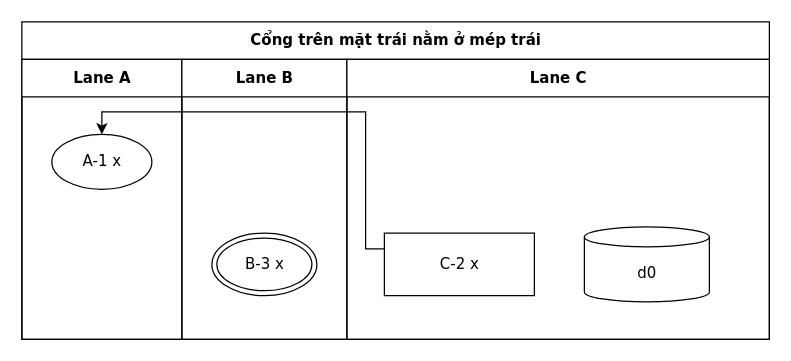
Before: conformance/merge/fuzz-1184/flow.drawio in luytbq/flowcast, a draw.io diagram. Source tidied: cells renumbered, new cells numbered last; positions are measured from the earlier drawing's top-left corner, leaving out a move shared by most shapes. Both pictures are drawn from the tidied source at 125%, with x=0, y=0 at pixel (21, 21).
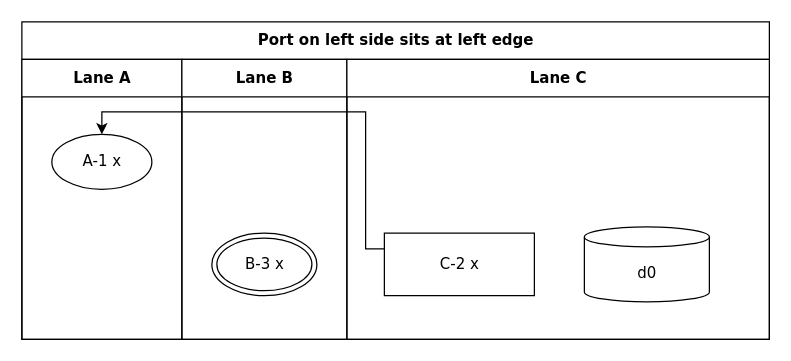
The same page after the edit.

The edit, as a diff of the source:
```diff
@@
 <mxGraphModel>
   <root>
     <mxCell id="0" />
     <mxCell id="1" parent="0" />
-    <mxCell id="2" value="Cổng trên mặt trái nằm ở mép trái" style="swimlane;html=1;startSize=30;fontStyle=1;fontFamily=Verdana;fontSize=12;flowtable=1;" parent="1" vertex="1">
+    <mxCell id="2" value="Port on left side sits at left edge" style="swimlane;html=1;startSize=30;fontStyle=1;fontFamily=Verdana;fontSize=12;flowtable=1;" parent="1" vertex="1">
       <mxGeometry width="598" height="254" as="geometry" />
     </mxCell>
     <mxCell id="3" value="Lane A" style="swimlane;html=1;startSize=30;fontFamily=Verdana;fontSize=12;flowtable=1;" parent="2" vertex="1">
       <mxGeometry y="30" width="128" height="224" as="geometry" />
     </mxCell>
     <mxCell id="4" value="Lane B" style="swimlane;html=1;startSize=30;fontFamily=Verdana;fontSize=12;flowtable=1;" parent="2" vertex="1">
       <mxGeometry x="128" y="30" width="132" height="224" as="geometry" />
     </mxCell>
     <mxCell id="5" value="Lane C" style="swimlane;html=1;startSize=30;fontFamily=Verdana;fontSize=12;flowtable=1;" parent="2" vertex="1">
       <mxGeometry x="260" y="30" width="338" height="224" as="geometry" />
     </mxCell>
     <mxCell id="6" value="A-1 x" style="ellipse;html=1;fontFamily=Verdana;fontSize=12;flowtable=1;" parent="3" vertex="1">
       <mxGeometry x="24" y="60" width="80" height="44" as="geometry" />
     </mxCell>
     <mxCell id="7" value="C-2 x" style="rounded=0;html=1;fontFamily=Verdana;fontSize=12;flowtable=1;" parent="5" vertex="1">
       <mxGeometry x="30" y="139" width="120" height="50" as="geometry" />
     </mxCell>
     <mxCell id="8" value="d0" style="shape=cylinder3;html=1;boundedLbl=1;backgroundOutline=1;size=8;fontFamily=Verdana;fontSize=12;flowtable=1;" parent="5" vertex="1">
       <mxGeometry x="190" y="134" width="100" height="60" as="geometry" />
     </mxCell>
     <mxCell id="9" value="B-3 x" style="shape=doubleEllipse;html=1;fontFamily=Verdana;fontSize=12;flowtable=1;" parent="4" vertex="1">
       <mxGeometry x="24" y="139" width="84" height="50" as="geometry" />
     </mxCell>
     <mxCell id="10" style="edgeStyle=orthogonalEdgeStyle;rounded=0;jettySize=auto;html=1;labelBackgroundColor=default;exitY=0.5;exitDx=0;exitDy=0;entryX=1;entryY=0.5;entryDx=0;entryDy=0;fontFamily=Verdana;fontSize=12;flowtable=1;exitX=abc;" parent="2" edge="1" source="7" target="9">
       <mxGeometry relative="1" as="geometry" />
     </mxCell>
     <mxCell id="11" style="edgeStyle=orthogonalEdgeStyle;rounded=0;jettySize=auto;html=1;labelBackgroundColor=default;exitY=0.25;exitDx=0;exitDy=0;entryX=0.5;entryY=0;entryDx=0;entryDy=0;fontFamily=Verdana;fontSize=12;flowtable=1;exitX;" parent="2" edge="1" source="7" target="6">
       <mxGeometry relative="1" as="geometry">
         <Array as="points">
           <mxPoint x="275" y="181.5" />
           <mxPoint x="275" y="72" />
           <mxPoint x="64" y="72" />
         </Array>
       </mxGeometry>
     </mxCell>
   </root>
 </mxGraphModel>
```
